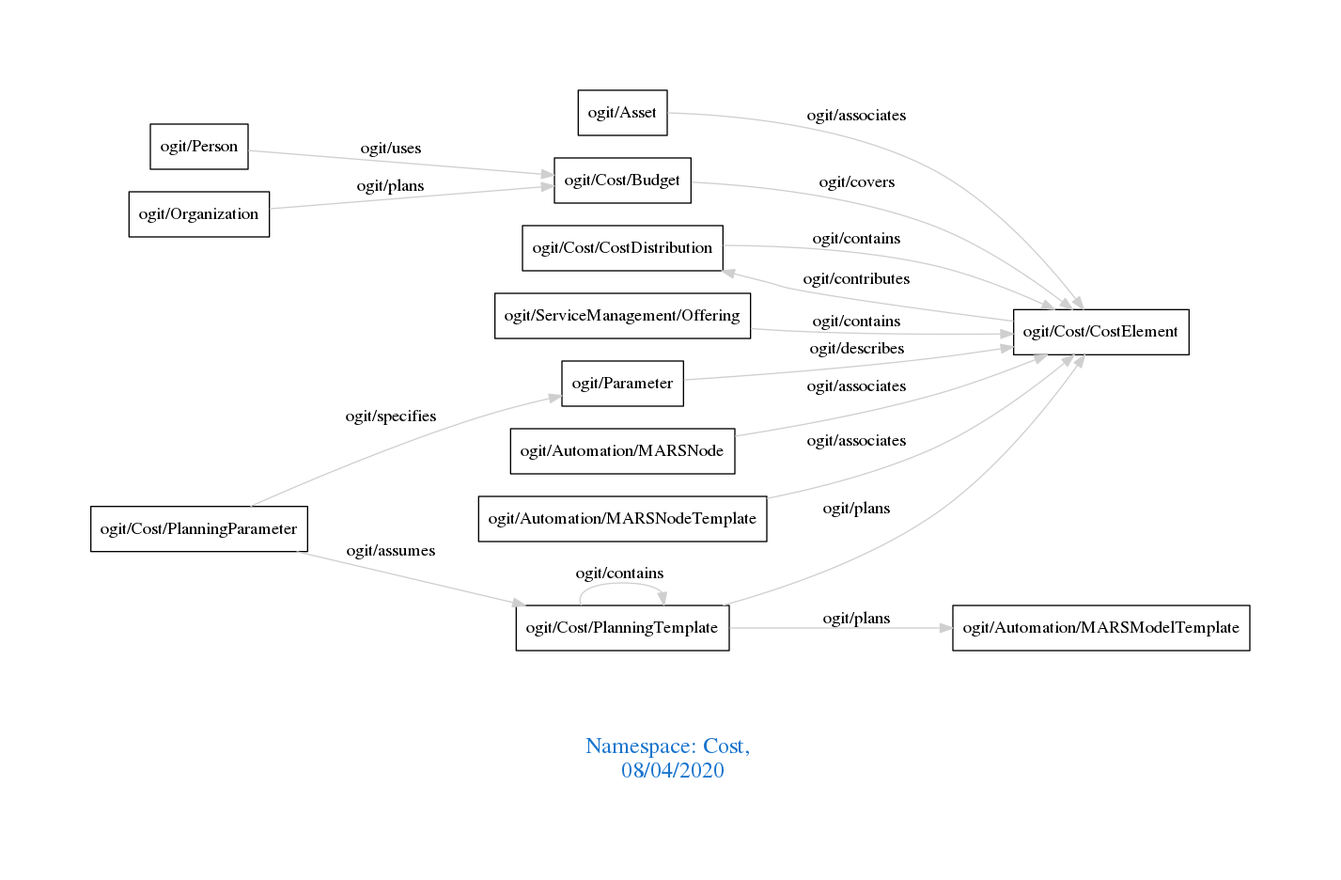
Before: downloads/Cost.png, a diagram exported from Graphviz (arago/OGIT). Its source is kept beside it as downloads/Cost.dot.
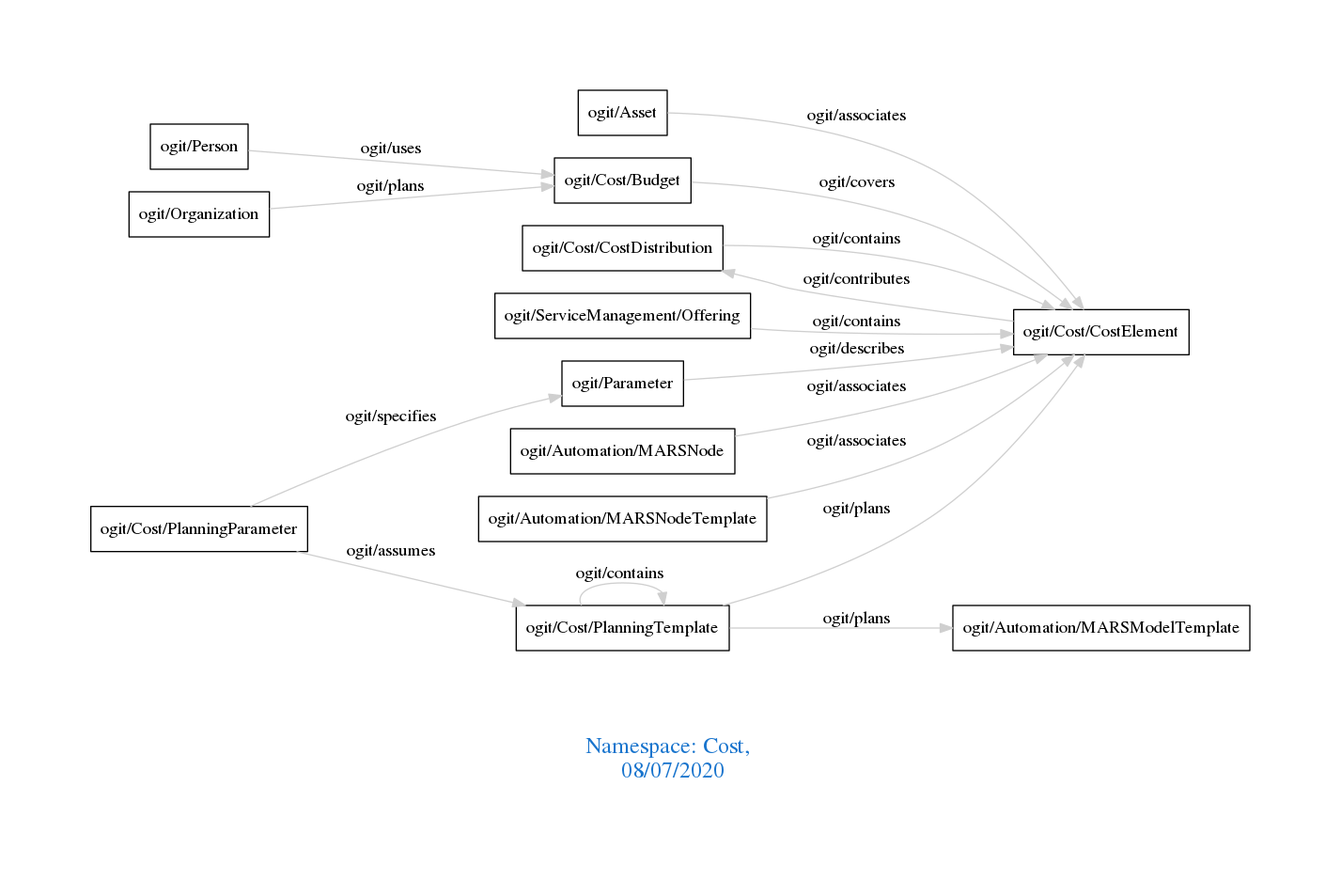
The same file after the commit.

The edit, as a diff of the source:
```diff
@@ -1,7 +1,7 @@
 digraph OGIT_ontology {
  graph [ rankdir= LR,pad=1
 fontsize = 18,
-fontcolor= dodgerblue3,label = "\n\n\nNamespace: Cost, \n 08/04/2020"];
+fontcolor= dodgerblue3,label = "\n\n\nNamespace: Cost, \n 08/07/2020"];
 node[shape=polygon];
 edge [  color="gray81"];
 
```
